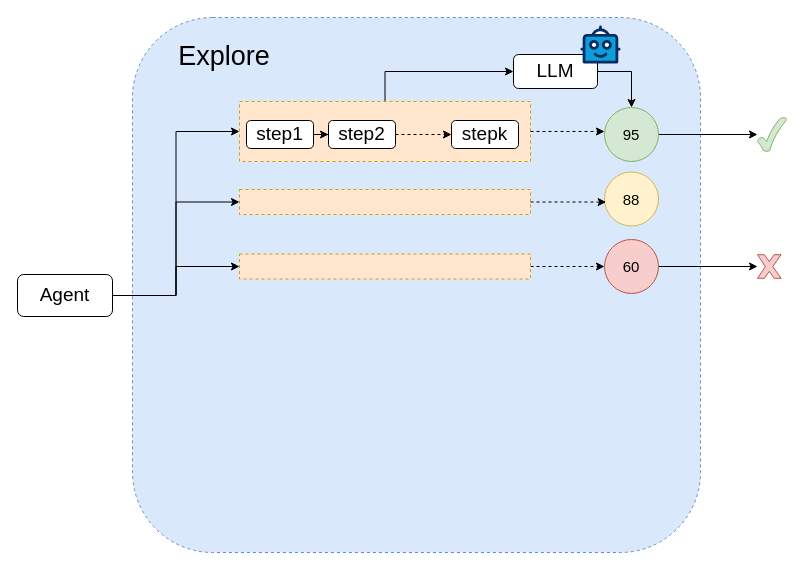
ZYNsama666/BackUp keeps this draw.io diagram as EE.drawio. Above is the earlier version. Source tidied: cells renumbered, new cells numbered last; positions are measured from the earlier drawing's top-left corner, leaving out a move shared by most shapes. Both pictures are drawn from the tidied source at 100%, with x=0, y=0 at pixel (17, 17).
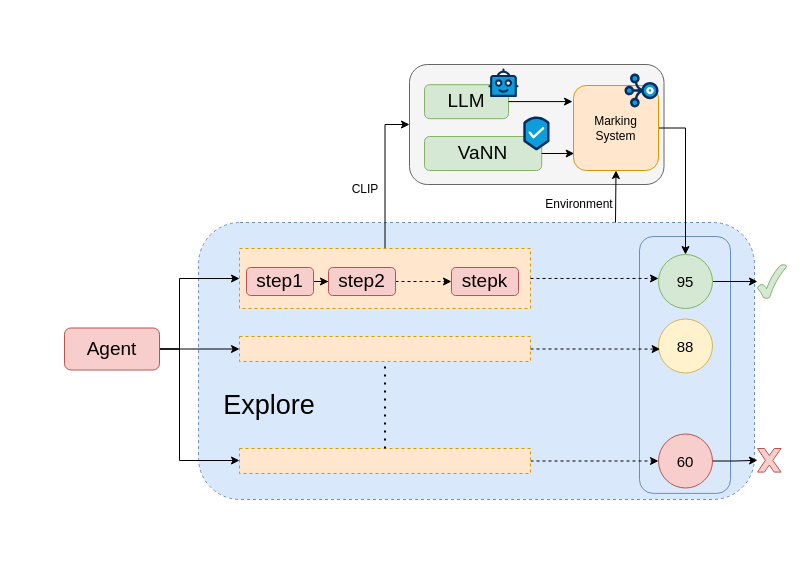
The same page after the edit.

What changed in the source:
```diff
@@
     <mxCell id="2" style="rounded=1;whiteSpace=wrap;html=1;fillColor=#dae8fc;strokeColor=#6c8ebf;dashed=1;" parent="1" vertex="1">
-      <mxGeometry x="115" width="568" height="535" as="geometry" />
+      <mxGeometry x="181" y="205" width="556" height="277" as="geometry" />
     </mxCell>
-    <mxCell id="3" style="edgeStyle=orthogonalEdgeStyle;rounded=0;jettySize=auto;html=1;entryX=0;entryY=0.5;entryDx=0;entryDy=0;" parent="1" edge="1" source="4" target="6">
-      <mxGeometry relative="1" as="geometry" />
-    </mxCell>
+    <mxCell id="30" style="rounded=1;whiteSpace=wrap;html=1;fillColor=none;strokeColor=#6c8ebf;" parent="1" vertex="1">
+      <mxGeometry x="622" y="219" width="91" height="256.9" as="geometry" />
+    </mxCell>
+    <mxCell id="31" style="rounded=1;whiteSpace=wrap;html=1;fillColor=#f5f5f5;fontColor=#333333;strokeColor=#666666;" parent="1" vertex="1">
+      <mxGeometry x="392" y="47" width="254.5" height="120" as="geometry" />
+    </mxCell>
+    <mxCell id="32" style="edgeStyle=orthogonalEdgeStyle;rounded=0;jettySize=auto;html=1;entryX=0;entryY=0.5;entryDx=0;entryDy=0;" parent="1" edge="1" source="4" target="31">
+      <mxGeometry relative="1" as="geometry" />
+    </mxCell>
     <mxCell id="4" style="rounded=0;whiteSpace=wrap;html=1;fillColor=#ffe6cc;strokeColor=#d79b00;dashed=1;" parent="1" vertex="1">
-      <mxGeometry x="222" y="84" width="291" height="60" as="geometry" />
+      <mxGeometry x="222" y="231" width="291" height="60" as="geometry" />
     </mxCell>
-    <mxCell id="5" style="edgeStyle=orthogonalEdgeStyle;rounded=0;jettySize=auto;html=1;entryX=0.5;entryY=0;entryDx=0;entryDy=0;" parent="1" edge="1" source="6" target="19">
-      <mxGeometry relative="1" as="geometry" />
-    </mxCell>
-    <mxCell id="6" value="&lt;font style=&quot;font-size: 19px;&quot;&gt;LLM&lt;/font&gt;" style="rounded=1;whiteSpace=wrap;html=1;" parent="1" vertex="1">
-      <mxGeometry x="496" y="37" width="84" height="34" as="geometry" />
+    <mxCell id="6" value="&lt;font style=&quot;font-size: 19px;&quot;&gt;LLM&lt;/font&gt;" style="rounded=1;whiteSpace=wrap;html=1;fillColor=#d5e8d4;strokeColor=#82b366;" parent="1" vertex="1">
+      <mxGeometry x="407" y="67.2" width="84" height="34" as="geometry" />
     </mxCell>
     <mxCell id="7" style="edgeStyle=orthogonalEdgeStyle;rounded=0;jettySize=auto;html=1;entryX=0;entryY=0.5;entryDx=0;entryDy=0;" parent="1" edge="1" source="10" target="4">
-      <mxGeometry relative="1" as="geometry" />
+      <mxGeometry relative="1" as="geometry">
+        <Array as="points">
+          <mxPoint x="162" y="332" />
+          <mxPoint x="162" y="261" />
+        </Array>
+      </mxGeometry>
     </mxCell>
@@
     <mxCell id="9" style="edgeStyle=orthogonalEdgeStyle;rounded=0;jettySize=auto;html=1;" parent="1" edge="1" source="10" target="22">
-      <mxGeometry relative="1" as="geometry" />
+      <mxGeometry relative="1" as="geometry">
+        <Array as="points">
+          <mxPoint x="162" y="331" />
+          <mxPoint x="162" y="443" />
+        </Array>
+      </mxGeometry>
     </mxCell>
-    <mxCell id="10" value="&lt;font style=&quot;font-size: 19px;&quot;&gt;Agent&lt;/font&gt;" style="rounded=1;whiteSpace=wrap;html=1;" parent="1" vertex="1">
-      <mxGeometry y="257" width="95" height="42" as="geometry" />
+    <mxCell id="10" value="&lt;font style=&quot;font-size: 19px;&quot;&gt;Agent&lt;/font&gt;" style="rounded=1;whiteSpace=wrap;html=1;fillColor=#f8cecc;strokeColor=#b85450;" parent="1" vertex="1">
+      <mxGeometry x="47" y="310.5" width="95" height="42" as="geometry" />
     </mxCell>
     <mxCell id="11" style="verticalLabelPosition=bottom;html=1;shape=mxgraph.salesforce.bots;fillColorStyles=fillColor2,fillColor3,fillColor4;fillColor2=#032d60;fillColor3=#0d9dda;fillColor4=#ffffff;fillColor=none;strokeColor=none;" parent="1" vertex="1">
-      <mxGeometry x="563" y="8" width="40" height="38" as="geometry" />
+      <mxGeometry x="471" y="51" width="30" height="28.5" as="geometry" />
     </mxCell>
     <mxCell id="12" value="&lt;font style=&quot;font-size: 27px;&quot;&gt;Explore&lt;/font&gt;" style="text;html=1;align=center;verticalAlign=middle;whiteSpace=wrap;rounded=0;" parent="1" vertex="1">
-      <mxGeometry x="129" y="10" width="156" height="58" as="geometry" />
+      <mxGeometry x="174" y="358.5" width="156" height="58" as="geometry" />
     </mxCell>
@@
-    <mxCell id="14" value="&lt;font style=&quot;font-size: 19px;&quot;&gt;step1&lt;/font&gt;" style="rounded=1;whiteSpace=wrap;html=1;" parent="1" vertex="1">
-      <mxGeometry x="229" y="103" width="67" height="28" as="geometry" />
+    <mxCell id="14" value="&lt;font style=&quot;font-size: 19px;&quot;&gt;step1&lt;/font&gt;" style="rounded=1;whiteSpace=wrap;html=1;fillColor=#f8cecc;strokeColor=#b85450;" parent="1" vertex="1">
+      <mxGeometry x="229" y="250" width="67" height="28" as="geometry" />
     </mxCell>
@@
-    <mxCell id="16" value="&lt;font style=&quot;font-size: 19px;&quot;&gt;step2&lt;/font&gt;" style="rounded=1;whiteSpace=wrap;html=1;" parent="1" vertex="1">
-      <mxGeometry x="311" y="103" width="67" height="28" as="geometry" />
+    <mxCell id="16" value="&lt;font style=&quot;font-size: 19px;&quot;&gt;step2&lt;/font&gt;" style="rounded=1;whiteSpace=wrap;html=1;fillColor=#f8cecc;strokeColor=#b85450;" parent="1" vertex="1">
+      <mxGeometry x="311" y="250" width="67" height="28" as="geometry" />
     </mxCell>
-    <mxCell id="17" value="&lt;font style=&quot;font-size: 19px;&quot;&gt;stepk&lt;/font&gt;" style="rounded=1;whiteSpace=wrap;html=1;" parent="1" vertex="1">
-      <mxGeometry x="434" y="103" width="67" height="28" as="geometry" />
+    <mxCell id="17" value="&lt;font style=&quot;font-size: 19px;&quot;&gt;stepk&lt;/font&gt;" style="rounded=1;whiteSpace=wrap;html=1;fillColor=#f8cecc;strokeColor=#b85450;" parent="1" vertex="1">
+      <mxGeometry x="434" y="250" width="67" height="28" as="geometry" />
     </mxCell>
@@
     <mxCell id="19" value="&lt;font style=&quot;font-size: 15px;&quot;&gt;95&lt;/font&gt;" style="ellipse;whiteSpace=wrap;html=1;fillColor=#d5e8d4;strokeColor=#82b366;" parent="1" vertex="1">
-      <mxGeometry x="587" y="90" width="54" height="54" as="geometry" />
+      <mxGeometry x="641" y="237" width="54" height="54" as="geometry" />
     </mxCell>
     <mxCell id="20" style="rounded=0;whiteSpace=wrap;html=1;fillColor=#ffe6cc;strokeColor=#d79b00;dashed=1;" parent="1" vertex="1">
-      <mxGeometry x="222" y="172" width="291" height="25" as="geometry" />
+      <mxGeometry x="222" y="319" width="291" height="25" as="geometry" />
     </mxCell>
@@
     <mxCell id="22" style="rounded=0;whiteSpace=wrap;html=1;fillColor=#ffe6cc;strokeColor=#d79b00;dashed=1;" parent="1" vertex="1">
-      <mxGeometry x="222" y="236.5" width="291" height="25" as="geometry" />
+      <mxGeometry x="222" y="431" width="291" height="25" as="geometry" />
     </mxCell>
     <mxCell id="23" value="&lt;font style=&quot;font-size: 15px;&quot;&gt;88&lt;/font&gt;" style="ellipse;whiteSpace=wrap;html=1;fillColor=#fff2cc;strokeColor=#d6b656;" parent="1" vertex="1">
-      <mxGeometry x="587" y="154.5" width="54" height="54" as="geometry" />
+      <mxGeometry x="641" y="301.5" width="54" height="54" as="geometry" />
     </mxCell>
@@
     <mxCell id="25" value="&lt;font style=&quot;font-size: 15px;&quot;&gt;60&lt;/font&gt;" style="ellipse;whiteSpace=wrap;html=1;fillColor=#f8cecc;strokeColor=#b85450;" parent="1" vertex="1">
-      <mxGeometry x="587" y="222" width="54" height="54" as="geometry" />
+      <mxGeometry x="641" y="416.5" width="54" height="54" as="geometry" />
     </mxCell>
@@
     <mxCell id="28" style="verticalLabelPosition=bottom;verticalAlign=top;html=1;shape=mxgraph.basic.x;fillColor=#f8cecc;strokeColor=#b85450;" parent="1" vertex="1">
-      <mxGeometry x="740" y="237.2" width="23.6" height="23.6" as="geometry" />
+      <mxGeometry x="740" y="431" width="23.6" height="23.6" as="geometry" />
     </mxCell>
     <mxCell id="29" style="verticalLabelPosition=bottom;verticalAlign=top;html=1;shape=mxgraph.basic.tick;fillColor=#d5e8d4;strokeColor=#82b366;" parent="1" vertex="1">
-      <mxGeometry x="740" y="99.9" width="29" height="34.1" as="geometry" />
+      <mxGeometry x="740" y="246.9" width="29" height="34.1" as="geometry" />
     </mxCell>
+    <mxCell id="33" value="CLIP" style="text;html=1;align=center;verticalAlign=middle;whiteSpace=wrap;rounded=0;" parent="1" vertex="1">
+      <mxGeometry x="318" y="157" width="60" height="30" as="geometry" />
+    </mxCell>
+    <mxCell id="34" value="&lt;span style=&quot;font-size: 19px;&quot;&gt;VaNN&lt;/span&gt;" style="rounded=1;whiteSpace=wrap;html=1;fillColor=#d5e8d4;strokeColor=#82b366;" parent="1" vertex="1">
+      <mxGeometry x="407" y="119" width="117.2" height="34" as="geometry" />
+    </mxCell>
+    <mxCell id="35" style="edgeStyle=orthogonalEdgeStyle;rounded=0;jettySize=auto;html=1;" parent="1" edge="1" source="36" target="19">
+      <mxGeometry relative="1" as="geometry">
+        <Array as="points">
+          <mxPoint x="668" y="111" />
+        </Array>
+      </mxGeometry>
+    </mxCell>
+    <mxCell id="36" value="Marking&lt;div&gt;System&lt;/div&gt;" style="rounded=1;whiteSpace=wrap;html=1;fillColor=#ffe6cc;strokeColor=#d79b00;" parent="1" vertex="1">
+      <mxGeometry x="556" y="68" width="85" height="85" as="geometry" />
+    </mxCell>
+    <mxCell id="37" style="endArrow=none;dashed=1;html=1;dashPattern=1 3;strokeWidth=2;rounded=0;entryX=0.5;entryY=1;entryDx=0;entryDy=0;exitX=0.5;exitY=0;exitDx=0;exitDy=0;" parent="1" edge="1" source="22" target="20">
+      <mxGeometry relative="1" as="geometry" />
+    </mxCell>
+    <mxCell id="38" style="endArrow=classic;html=1;rounded=0;exitX=0.75;exitY=0;exitDx=0;exitDy=0;entryX=0.5;entryY=1;entryDx=0;entryDy=0;" parent="1" edge="1" source="2" target="36">
+      <mxGeometry relative="1" as="geometry" />
+    </mxCell>
+    <mxCell id="39" style="edgeStyle=orthogonalEdgeStyle;rounded=0;jettySize=auto;html=1;entryX=0.008;entryY=0.8;entryDx=0;entryDy=0;entryPerimeter=0;" parent="1" edge="1" source="34" target="36">
+      <mxGeometry relative="1" as="geometry" />
+    </mxCell>
+    <mxCell id="40" value="Environment" style="text;html=1;align=center;verticalAlign=middle;whiteSpace=wrap;rounded=0;" parent="1" vertex="1">
+      <mxGeometry x="532" y="172" width="60" height="30" as="geometry" />
+    </mxCell>
+    <mxCell id="41" style="endArrow=classic;html=1;rounded=0;" parent="1" edge="1">
+      <mxGeometry relative="1" as="geometry">
+        <mxPoint x="491" y="84.1" as="sourcePoint" />
+        <mxPoint x="555" y="84.1" as="targetPoint" />
+      </mxGeometry>
+    </mxCell>
+    <mxCell id="42" style="verticalLabelPosition=bottom;html=1;shape=mxgraph.salesforce.stream;fillColorStyles=fillColor2,fillColor3,fillColor4;fillColor2=#032d60;fillColor3=#0d9dda;fillColor4=#ffffff;fillColor=none;strokeColor=none;" parent="1" vertex="1">
+      <mxGeometry x="607" y="56" width="34" height="34" as="geometry" />
+    </mxCell>
+    <mxCell id="43" style="verticalLabelPosition=bottom;html=1;shape=mxgraph.salesforce.privacy;fillColorStyles=fillColor2,fillColor3,fillColor4;fillColor2=#032d60;fillColor3=#0d9dda;fillColor4=#ffffff;fillColor=none;strokeColor=none;" parent="1" vertex="1">
+      <mxGeometry x="505.8" y="99" width="26.2" height="34" as="geometry" />
+    </mxCell>
```
